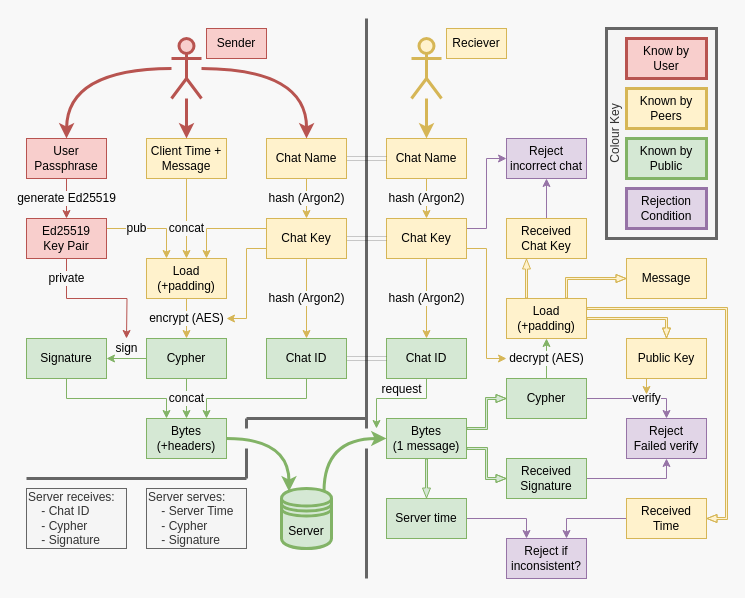
Above: page "Both" (3 of 3) of misc/plan.drawio in GrishaVar/publichat (draw.io), before the change. Source tidied: cells renumbered, new cells numbered last; positions are measured from the earlier drawing's top-left corner, leaving out a move shared by most shapes. Both pictures are drawn from the tidied source at 100%, with x=0, y=0 at pixel (26, 18).
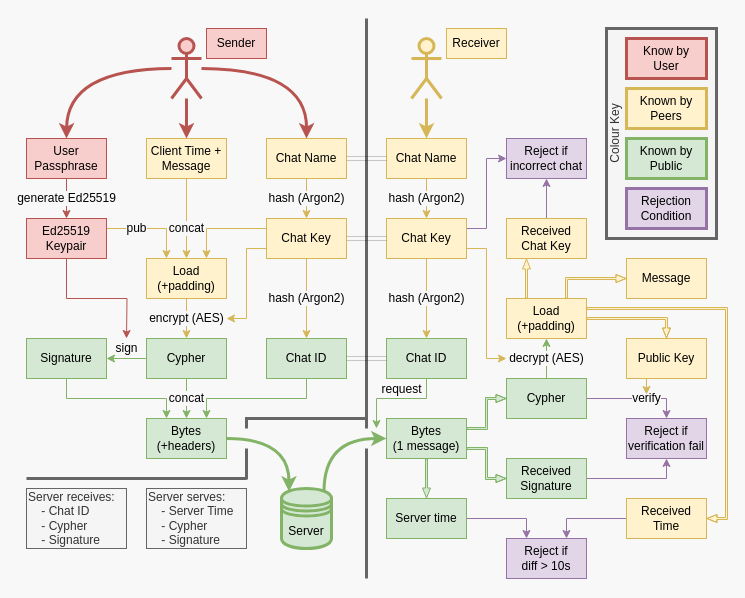
Above is the later version.

Change to the diagram source:
```diff
@@
-    <mxCell id="7" value="private" style="edgeStyle=orthogonalEdgeStyle;rounded=0;jettySize=auto;html=1;exitX=0.5;exitY=1;exitDx=0;exitDy=0;fontSize=12;strokeWidth=1;fillColor=#f8cecc;strokeColor=#b85450;labelBackgroundColor=#F8F8F8;" parent="1" edge="1" source="8">
+    <mxCell id="7" style="edgeStyle=orthogonalEdgeStyle;rounded=0;jettySize=auto;html=1;exitX=0.5;exitY=1;exitDx=0;exitDy=0;fontSize=12;strokeWidth=1;fillColor=#f8cecc;strokeColor=#b85450;labelBackgroundColor=#F8F8F8;" parent="1" edge="1" source="8">
       <mxGeometry x="-0.71" relative="1" as="geometry">
         <mxPoint x="100" y="320" as="targetPoint" />
       </mxGeometry>
     </mxCell>
-    <mxCell id="8" value="&lt;div&gt;Ed25519&lt;/div&gt;&lt;div&gt;Key Pair&lt;br&gt;&lt;/div&gt;" style="rounded=0;whiteSpace=wrap;html=1;fontFamily=Helvetica;fontSize=12;fillColor=#f8cecc;strokeColor=#b85450;" parent="1" vertex="1">
+    <mxCell id="8" value="&lt;div&gt;Ed25519&lt;/div&gt;&lt;div&gt;Keypair&lt;br&gt;&lt;/div&gt;" style="rounded=0;whiteSpace=wrap;html=1;fontFamily=Helvetica;fontSize=12;fillColor=#f8cecc;strokeColor=#b85450;" parent="1" vertex="1">
       <mxGeometry y="200" width="80" height="40" as="geometry" />
     </mxCell>
@@
-    <mxCell id="20" value="Reciever" style="text;html=1;strokeColor=#d6b656;fillColor=#fff2cc;align=center;verticalAlign=middle;whiteSpace=wrap;rounded=0;fontSize=12;" parent="1" vertex="1">
+    <mxCell id="20" value="Receiver" style="text;html=1;strokeColor=#d6b656;fillColor=#fff2cc;align=center;verticalAlign=middle;whiteSpace=wrap;rounded=0;fontSize=12;" parent="1" vertex="1">
       <mxGeometry x="420" y="10" width="60" height="30" as="geometry" />
     </mxCell>
@@
-    <mxCell id="54" value="&lt;div&gt;Reject&lt;/div&gt;&lt;div&gt;incorrect chat&lt;br&gt;&lt;/div&gt;" style="rounded=0;whiteSpace=wrap;html=1;fontFamily=Helvetica;fontSize=12;fillColor=#e1d5e7;strokeColor=#9673a6;" parent="1" vertex="1">
+    <mxCell id="54" value="&lt;div&gt;Reject if&lt;br&gt;&lt;/div&gt;&lt;div&gt;incorrect chat&lt;br&gt;&lt;/div&gt;" style="rounded=0;whiteSpace=wrap;html=1;fontFamily=Helvetica;fontSize=12;fillColor=#e1d5e7;strokeColor=#9673a6;" parent="1" vertex="1">
       <mxGeometry x="480" y="120" width="80" height="40" as="geometry" />
     </mxCell>
-    <mxCell id="55" value="&lt;div&gt;Reject if&lt;/div&gt;&lt;div&gt;inconsistent?&lt;br&gt;&lt;/div&gt;" style="rounded=0;whiteSpace=wrap;html=1;fontFamily=Helvetica;fontSize=12;fillColor=#e1d5e7;strokeColor=#9673a6;" parent="1" vertex="1">
+    <mxCell id="55" value="&lt;div&gt;Reject if&lt;/div&gt;&lt;div&gt;diff &amp;gt; 10s&lt;br&gt;&lt;/div&gt;" style="rounded=0;whiteSpace=wrap;html=1;fontFamily=Helvetica;fontSize=12;fillColor=#e1d5e7;strokeColor=#9673a6;" parent="1" vertex="1">
       <mxGeometry x="480" y="520" width="80" height="40" as="geometry" />
     </mxCell>
-    <mxCell id="56" value="&lt;div&gt;Reject&lt;/div&gt;&lt;div&gt;Failed verify&lt;br&gt;&lt;/div&gt;" style="rounded=0;whiteSpace=wrap;html=1;fontFamily=Helvetica;fontSize=12;fillColor=#e1d5e7;strokeColor=#9673a6;" parent="1" vertex="1">
+    <mxCell id="56" value="&lt;div&gt;Reject if&lt;br&gt;&lt;/div&gt;&lt;div&gt;verification fail&lt;br&gt;&lt;/div&gt;" style="rounded=0;whiteSpace=wrap;html=1;fontFamily=Helvetica;fontSize=12;fillColor=#e1d5e7;strokeColor=#9673a6;" parent="1" vertex="1">
       <mxGeometry x="600" y="400" width="80" height="40" as="geometry" />
     </mxCell>
@@
     <mxCell id="82" style="endArrow=none;html=1;rounded=0;fontSize=12;strokeWidth=3;fillColor=#f5f5f5;strokeColor=#666666;" parent="1" edge="1">
       <mxGeometry relative="1" as="geometry">
         <mxPoint x="220" y="410" as="sourcePoint" />
-        <mxPoint x="220" y="400" as="targetPoint" />
+        <mxPoint x="220" y="398.5" as="targetPoint" />
       </mxGeometry>
     </mxCell>
     <mxCell id="83" style="endArrow=none;html=1;rounded=0;fontSize=12;strokeWidth=3;fillColor=#f5f5f5;strokeColor=#666666;" parent="1" edge="1">
       <mxGeometry relative="1" as="geometry">
-        <mxPoint x="220" y="460" as="sourcePoint" />
+        <mxPoint x="220" y="461" as="sourcePoint" />
         <mxPoint x="220" y="430" as="targetPoint" />
       </mxGeometry>
     </mxCell>
```
